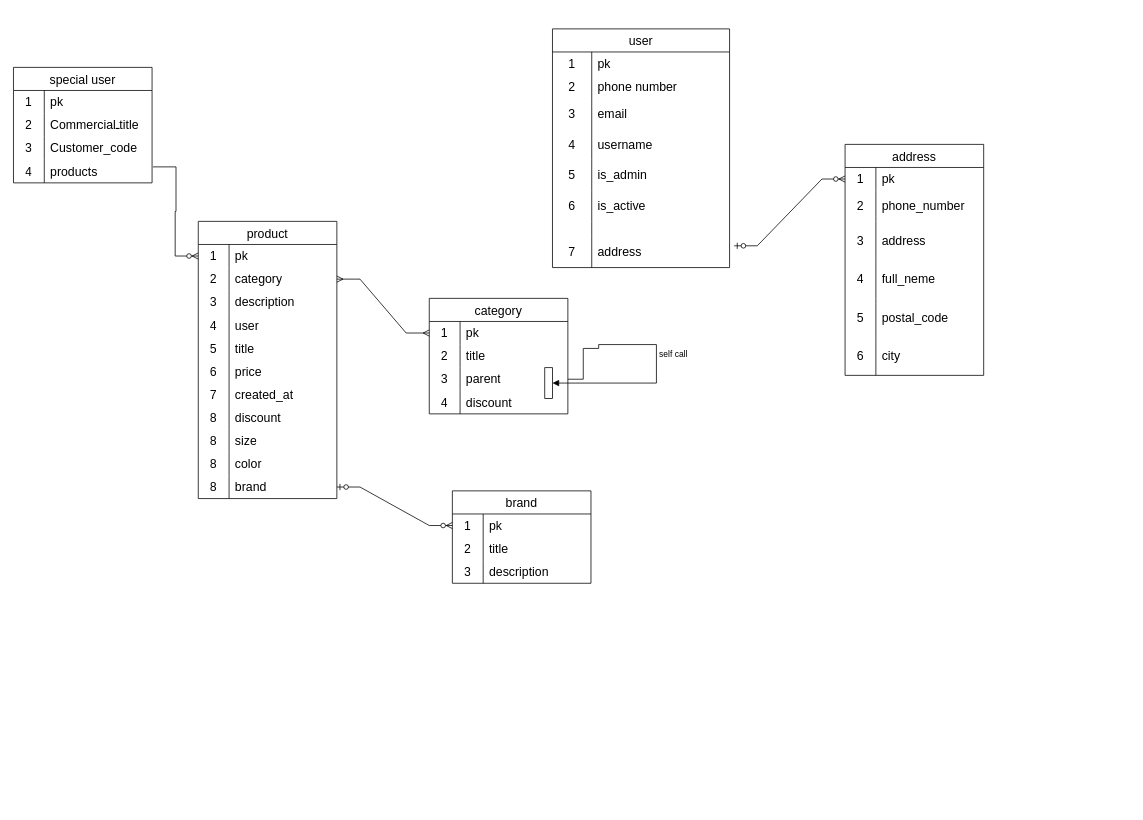
Above: shop.drawio in amir1rj/blog (draw.io), before the change. Source tidied: cells renumbered, new cells numbered last; positions are measured from the earlier drawing's top-left corner, leaving out a move shared by most shapes. Both pictures are drawn from the tidied source at 77%, with x=0, y=0 at pixel (13, 28).
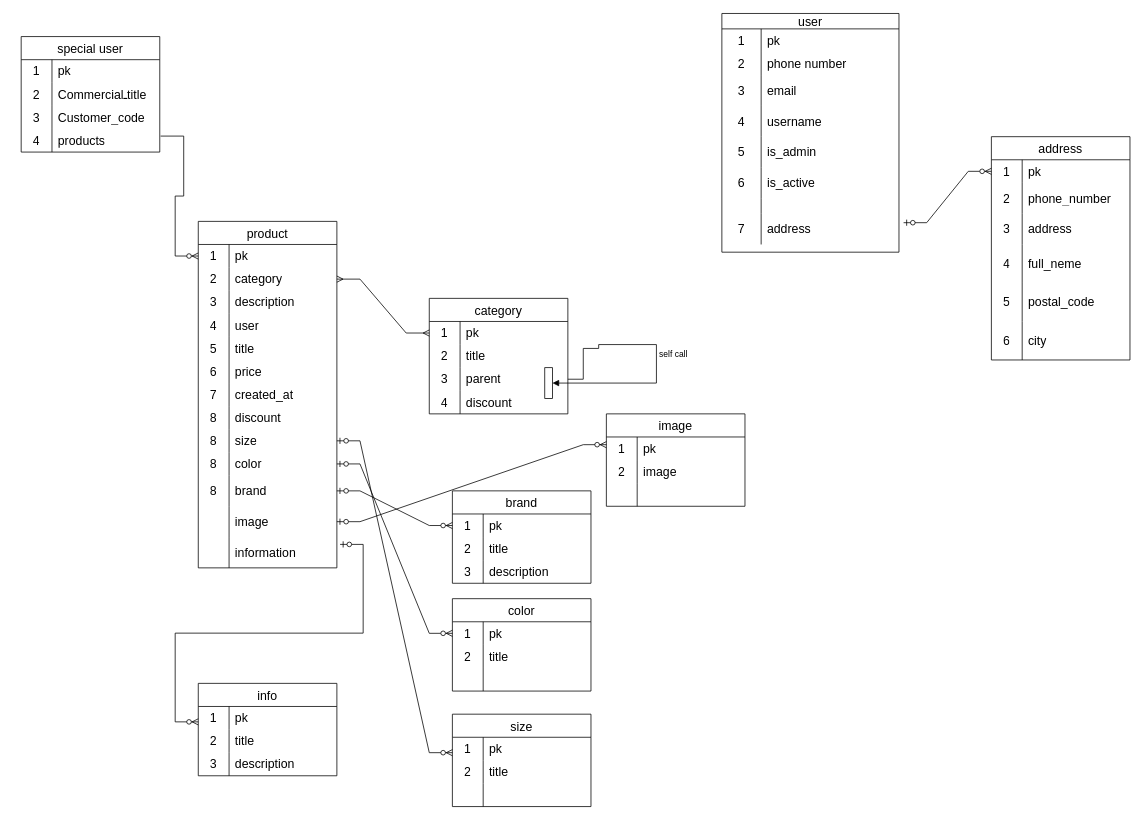
Above is the later version.

Unchanged cells that the change refers to:
```xml
<mxCell id="65" style="shape=tableRow;horizontal=0;startSize=0;swimlaneHead=0;swimlaneBody=0;top=0;left=0;bottom=0;right=0;fillColor=none;points=[[0,0.5],[1,0.5]];portConstraint=eastwest;strokeColor=inherit;fontSize=16;" parent="40" vertex="1">
  <mxGeometry y="270" width="180" height="30" as="geometry" />
</mxCell>
<mxCell id="68" style="shape=tableRow;horizontal=0;startSize=0;swimlaneHead=0;swimlaneBody=0;top=0;left=0;bottom=0;right=0;fillColor=none;points=[[0,0.5],[1,0.5]];portConstraint=eastwest;strokeColor=inherit;fontSize=16;" parent="40" vertex="1">
  <mxGeometry y="300" width="180" height="30" as="geometry" />
</mxCell>
```

What changed in the source:
```diff
@@
-    <mxCell id="2" value="user" style="shape=table;startSize=30;childLayout=tableLayout;rowLines=0;fontStyle=0;strokeColor=default;fontSize=16;" parent="1" vertex="1">
-      <mxGeometry x="700" width="230" height="310" as="geometry" />
+    <mxCell id="2" value="user" style="shape=table;startSize=20;childLayout=tableLayout;rowLines=0;fontStyle=0;strokeColor=default;fontSize=16;" parent="1" vertex="1">
+      <mxGeometry x="920" y="-20" width="230" height="310" as="geometry" />
     </mxCell>
     <mxCell id="3" style="shape=tableRow;horizontal=0;startSize=0;swimlaneHead=0;swimlaneBody=0;top=0;left=0;bottom=0;right=0;fillColor=none;strokeColor=inherit;fontSize=16;" parent="2" vertex="1">
-      <mxGeometry y="30" width="230" height="30" as="geometry" />
+      <mxGeometry y="20" width="230" height="30" as="geometry" />
     </mxCell>
@@
     <mxCell id="6" style="shape=tableRow;horizontal=0;startSize=0;swimlaneHead=0;swimlaneBody=0;top=0;left=0;bottom=0;right=0;fillColor=none;strokeColor=inherit;fontSize=16;" parent="2" vertex="1">
-      <mxGeometry y="60" width="230" height="30" as="geometry" />
+      <mxGeometry y="50" width="230" height="30" as="geometry" />
     </mxCell>
@@
     <mxCell id="9" style="shape=tableRow;horizontal=0;startSize=0;swimlaneHead=0;swimlaneBody=0;top=0;left=0;bottom=0;right=0;fillColor=none;strokeColor=inherit;fontSize=16;" parent="2" vertex="1">
-      <mxGeometry y="90" width="230" height="40" as="geometry" />
+      <mxGeometry y="80" width="230" height="40" as="geometry" />
     </mxCell>
@@
     <mxCell id="12" style="shape=tableRow;horizontal=0;startSize=0;swimlaneHead=0;swimlaneBody=0;top=0;left=0;bottom=0;right=0;fillColor=none;strokeColor=inherit;fontSize=16;" parent="2" vertex="1">
-      <mxGeometry y="130" width="230" height="40" as="geometry" />
+      <mxGeometry y="120" width="230" height="40" as="geometry" />
     </mxCell>
@@
     <mxCell id="15" style="shape=tableRow;horizontal=0;startSize=0;swimlaneHead=0;swimlaneBody=0;top=0;left=0;bottom=0;right=0;fillColor=none;strokeColor=inherit;fontSize=16;" parent="2" vertex="1">
-      <mxGeometry y="170" width="230" height="40" as="geometry" />
+      <mxGeometry y="160" width="230" height="40" as="geometry" />
     </mxCell>
@@
     <mxCell id="18" style="shape=tableRow;horizontal=0;startSize=0;swimlaneHead=0;swimlaneBody=0;top=0;left=0;bottom=0;right=0;fillColor=none;strokeColor=inherit;fontSize=16;" parent="2" vertex="1">
-      <mxGeometry y="210" width="230" height="40" as="geometry" />
+      <mxGeometry y="200" width="230" height="40" as="geometry" />
     </mxCell>
@@
     <mxCell id="21" style="shape=tableRow;horizontal=0;startSize=0;swimlaneHead=0;swimlaneBody=0;top=0;left=0;bottom=0;right=0;fillColor=none;strokeColor=inherit;fontSize=16;" parent="2" vertex="1">
-      <mxGeometry y="250" width="230" height="20" as="geometry" />
+      <mxGeometry y="240" width="230" height="20" as="geometry" />
     </mxCell>
@@
     <mxCell id="24" style="shape=tableRow;horizontal=0;startSize=0;swimlaneHead=0;swimlaneBody=0;top=0;left=0;bottom=0;right=0;fillColor=none;points=[[0,0.5],[1,0.5]];portConstraint=eastwest;strokeColor=inherit;fontSize=16;" parent="2" vertex="1">
-      <mxGeometry y="270" width="230" height="40" as="geometry" />
+      <mxGeometry y="260" width="230" height="40" as="geometry" />
     </mxCell>
@@
     <mxCell id="27" value="special user" style="shape=table;startSize=30;childLayout=tableLayout;rowLines=0;fontStyle=0;strokeColor=default;fontSize=16;" parent="1" vertex="1">
-      <mxGeometry y="50" width="180" height="150" as="geometry" />
+      <mxGeometry x="10" y="10" width="180" height="150" as="geometry" />
     </mxCell>
@@
     <mxCell id="40" value="product" style="shape=table;startSize=30;childLayout=tableLayout;rowLines=0;fontStyle=0;strokeColor=default;fontSize=16;" parent="1" vertex="1">
-      <mxGeometry x="240" y="250" width="180" height="360" as="geometry" />
+      <mxGeometry x="240" y="250" width="180" height="450" as="geometry" />
     </mxCell>
@@
     <mxCell id="71" style="shape=tableRow;horizontal=0;startSize=0;swimlaneHead=0;swimlaneBody=0;top=0;left=0;bottom=0;right=0;fillColor=none;points=[[0,0.5],[1,0.5]];portConstraint=eastwest;strokeColor=inherit;fontSize=16;" parent="40" vertex="1">
-      <mxGeometry y="330" width="180" height="30" as="geometry" />
+      <mxGeometry y="330" width="180" height="40" as="geometry" />
     </mxCell>
     <mxCell id="72" value="8" style="shape=partialRectangle;html=1;whiteSpace=wrap;fillColor=none;top=0;left=0;bottom=0;right=0;overflow=hidden;strokeColor=inherit;fontSize=16;" parent="71" vertex="1">
-      <mxGeometry width="40" height="30" as="geometry" />
+      <mxGeometry width="40" height="40" as="geometry" />
     </mxCell>
     <mxCell id="73" value="brand" style="shape=partialRectangle;html=1;whiteSpace=wrap;fillColor=none;top=0;left=0;bottom=0;right=0;align=left;spacingLeft=6;overflow=hidden;strokeColor=inherit;fontSize=16;" parent="71" vertex="1">
-      <mxGeometry x="40" width="140" height="30" as="geometry" />
+      <mxGeometry x="40" width="140" height="40" as="geometry" />
     </mxCell>
+    <mxCell id="122" style="shape=tableRow;horizontal=0;startSize=0;swimlaneHead=0;swimlaneBody=0;top=0;left=0;bottom=0;right=0;fillColor=none;points=[[0,0.5],[1,0.5]];portConstraint=eastwest;strokeColor=inherit;fontSize=16;" parent="40" vertex="1">
+      <mxGeometry y="370" width="180" height="40" as="geometry" />
+    </mxCell>
+    <mxCell id="123" style="shape=partialRectangle;html=1;whiteSpace=wrap;fillColor=none;top=0;left=0;bottom=0;right=0;overflow=hidden;strokeColor=inherit;fontSize=16;" parent="122" vertex="1">
+      <mxGeometry width="40" height="40" as="geometry" />
+    </mxCell>
+    <mxCell id="124" value="image" style="shape=partialRectangle;html=1;whiteSpace=wrap;fillColor=none;top=0;left=0;bottom=0;right=0;align=left;spacingLeft=6;overflow=hidden;strokeColor=inherit;fontSize=16;" parent="122" vertex="1">
+      <mxGeometry x="40" width="140" height="40" as="geometry" />
+    </mxCell>
+    <mxCell id="125" style="shape=tableRow;horizontal=0;startSize=0;swimlaneHead=0;swimlaneBody=0;top=0;left=0;bottom=0;right=0;fillColor=none;points=[[0,0.5],[1,0.5]];portConstraint=eastwest;strokeColor=inherit;fontSize=16;" parent="40" vertex="1">
+      <mxGeometry y="410" width="180" height="40" as="geometry" />
+    </mxCell>
+    <mxCell id="126" style="shape=partialRectangle;html=1;whiteSpace=wrap;fillColor=none;top=0;left=0;bottom=0;right=0;overflow=hidden;strokeColor=inherit;fontSize=16;" parent="125" vertex="1">
+      <mxGeometry width="40" height="40" as="geometry" />
+    </mxCell>
+    <mxCell id="127" value="information" style="shape=partialRectangle;html=1;whiteSpace=wrap;fillColor=none;top=0;left=0;bottom=0;right=0;align=left;spacingLeft=6;overflow=hidden;strokeColor=inherit;fontSize=16;" parent="125" vertex="1">
+      <mxGeometry x="40" width="140" height="40" as="geometry" />
+    </mxCell>
@@
     <mxCell id="91" value="address" style="shape=table;startSize=30;childLayout=tableLayout;rowLines=0;fontStyle=0;strokeColor=default;fontSize=16;" parent="1" vertex="1">
-      <mxGeometry x="1080" y="150" width="180" height="300" as="geometry" />
+      <mxGeometry x="1270" y="140" width="180" height="290" as="geometry" />
     </mxCell>
@@
     <mxCell id="98" style="shape=tableRow;horizontal=0;startSize=0;swimlaneHead=0;swimlaneBody=0;top=0;left=0;bottom=0;right=0;fillColor=none;strokeColor=inherit;fontSize=16;" parent="91" vertex="1">
-      <mxGeometry y="100" width="180" height="50" as="geometry" />
+      <mxGeometry y="100" width="180" height="40" as="geometry" />
     </mxCell>
     <mxCell id="99" value="3" style="shape=partialRectangle;html=1;whiteSpace=wrap;fillColor=none;top=0;left=0;bottom=0;right=0;overflow=hidden;strokeColor=inherit;fontSize=16;" parent="98" vertex="1">
-      <mxGeometry width="40" height="50" as="geometry" />
+      <mxGeometry width="40" height="40" as="geometry" />
     </mxCell>
     <mxCell id="100" value="address" style="shape=partialRectangle;html=1;whiteSpace=wrap;fillColor=none;top=0;left=0;bottom=0;right=0;align=left;spacingLeft=6;overflow=hidden;strokeColor=inherit;fontSize=16;" parent="98" vertex="1">
-      <mxGeometry x="40" width="140" height="50" as="geometry" />
+      <mxGeometry x="40" width="140" height="40" as="geometry" />
     </mxCell>
     <mxCell id="101" style="shape=tableRow;horizontal=0;startSize=0;swimlaneHead=0;swimlaneBody=0;top=0;left=0;bottom=0;right=0;fillColor=none;strokeColor=inherit;fontSize=16;" parent="91" vertex="1">
-      <mxGeometry y="150" width="180" height="50" as="geometry" />
+      <mxGeometry y="140" width="180" height="50" as="geometry" />
     </mxCell>
@@
     <mxCell id="104" style="shape=tableRow;horizontal=0;startSize=0;swimlaneHead=0;swimlaneBody=0;top=0;left=0;bottom=0;right=0;fillColor=none;strokeColor=inherit;fontSize=16;" parent="91" vertex="1">
-      <mxGeometry y="200" width="180" height="50" as="geometry" />
+      <mxGeometry y="190" width="180" height="50" as="geometry" />
     </mxCell>
@@
     <mxCell id="107" style="shape=tableRow;horizontal=0;startSize=0;swimlaneHead=0;swimlaneBody=0;top=0;left=0;bottom=0;right=0;fillColor=none;strokeColor=inherit;fontSize=16;" parent="91" vertex="1">
-      <mxGeometry y="250" width="180" height="50" as="geometry" />
+      <mxGeometry y="240" width="180" height="50" as="geometry" />
     </mxCell>
@@
+    <mxCell id="128" style="edgeStyle=entityRelationEdgeStyle;fontSize=12;html=1;endArrow=ERzeroToMany;startArrow=ERzeroToOne;rounded=0;exitX=1;exitY=0.5;exitDx=0;exitDy=0;entryX=0;entryY=0.5;entryDx=0;entryDy=0;" parent="1" edge="1" source="68" target="141">
+      <mxGeometry relative="1" as="geometry" />
+    </mxCell>
+    <mxCell id="129" value="size" style="shape=table;startSize=30;childLayout=tableLayout;rowLines=0;fontStyle=0;strokeColor=default;fontSize=16;" parent="1" vertex="1">
+      <mxGeometry x="570" y="890" width="180" height="120" as="geometry" />
+    </mxCell>
+    <mxCell id="130" style="shape=tableRow;horizontal=0;startSize=0;swimlaneHead=0;swimlaneBody=0;top=0;left=0;bottom=0;right=0;fillColor=none;strokeColor=inherit;fontSize=16;" parent="129" vertex="1">
+      <mxGeometry y="30" width="180" height="30" as="geometry" />
+    </mxCell>
+    <mxCell id="131" value="1" style="shape=partialRectangle;html=1;whiteSpace=wrap;fillColor=none;top=0;left=0;bottom=0;right=0;overflow=hidden;strokeColor=inherit;fontSize=16;" parent="130" vertex="1">
+      <mxGeometry width="40" height="30" as="geometry" />
+    </mxCell>
+    <mxCell id="132" value="pk" style="shape=partialRectangle;html=1;whiteSpace=wrap;fillColor=none;top=0;left=0;bottom=0;right=0;align=left;spacingLeft=6;overflow=hidden;strokeColor=inherit;fontSize=16;" parent="130" vertex="1">
+      <mxGeometry x="40" width="140" height="30" as="geometry" />
+    </mxCell>
+    <mxCell id="133" style="shape=tableRow;horizontal=0;startSize=0;swimlaneHead=0;swimlaneBody=0;top=0;left=0;bottom=0;right=0;fillColor=none;strokeColor=inherit;fontSize=16;" parent="129" vertex="1">
+      <mxGeometry y="60" width="180" height="30" as="geometry" />
+    </mxCell>
+    <mxCell id="134" value="2" style="shape=partialRectangle;html=1;whiteSpace=wrap;fillColor=none;top=0;left=0;bottom=0;right=0;overflow=hidden;strokeColor=inherit;fontSize=16;" parent="133" vertex="1">
+      <mxGeometry width="40" height="30" as="geometry" />
+    </mxCell>
+    <mxCell id="135" value="title" style="shape=partialRectangle;html=1;whiteSpace=wrap;fillColor=none;top=0;left=0;bottom=0;right=0;align=left;spacingLeft=6;overflow=hidden;strokeColor=inherit;fontSize=16;" parent="133" vertex="1">
+      <mxGeometry x="40" width="140" height="30" as="geometry" />
+    </mxCell>
+    <mxCell id="136" style="shape=tableRow;horizontal=0;startSize=0;swimlaneHead=0;swimlaneBody=0;top=0;left=0;bottom=0;right=0;fillColor=none;strokeColor=inherit;fontSize=16;" parent="129" vertex="1">
+      <mxGeometry y="90" width="180" height="30" as="geometry" />
+    </mxCell>
+    <mxCell id="137" style="shape=partialRectangle;html=1;whiteSpace=wrap;fillColor=none;top=0;left=0;bottom=0;right=0;overflow=hidden;strokeColor=inherit;fontSize=16;" parent="136" vertex="1">
+      <mxGeometry width="40" height="30" as="geometry" />
+    </mxCell>
+    <mxCell id="138" style="shape=partialRectangle;html=1;whiteSpace=wrap;fillColor=none;top=0;left=0;bottom=0;right=0;align=left;spacingLeft=6;overflow=hidden;strokeColor=inherit;fontSize=16;" parent="136" vertex="1">
+      <mxGeometry x="40" width="140" height="30" as="geometry" />
+    </mxCell>
+    <mxCell id="139" style="edgeStyle=entityRelationEdgeStyle;fontSize=12;html=1;endArrow=ERzeroToMany;startArrow=ERzeroToOne;rounded=0;exitX=1;exitY=0.5;exitDx=0;exitDy=0;" parent="1" edge="1" source="65">
+      <mxGeometry relative="1" as="geometry">
+        <mxPoint x="570" y="940" as="targetPoint" />
+      </mxGeometry>
+    </mxCell>
+    <mxCell id="140" value="color" style="shape=table;startSize=30;childLayout=tableLayout;rowLines=0;fontStyle=0;strokeColor=default;fontSize=16;" parent="1" vertex="1">
+      <mxGeometry x="570" y="740" width="180" height="120" as="geometry" />
+    </mxCell>
+    <mxCell id="141" style="shape=tableRow;horizontal=0;startSize=0;swimlaneHead=0;swimlaneBody=0;top=0;left=0;bottom=0;right=0;fillColor=none;points=[[0,0.5],[1,0.5]];portConstraint=eastwest;strokeColor=inherit;fontSize=16;" parent="140" vertex="1">
+      <mxGeometry y="30" width="180" height="30" as="geometry" />
+    </mxCell>
+    <mxCell id="142" value="1" style="shape=partialRectangle;html=1;whiteSpace=wrap;fillColor=none;top=0;left=0;bottom=0;right=0;overflow=hidden;strokeColor=inherit;fontSize=16;" parent="141" vertex="1">
+      <mxGeometry width="40" height="30" as="geometry" />
+    </mxCell>
+    <mxCell id="143" value="pk" style="shape=partialRectangle;html=1;whiteSpace=wrap;fillColor=none;top=0;left=0;bottom=0;right=0;align=left;spacingLeft=6;overflow=hidden;strokeColor=inherit;fontSize=16;" parent="141" vertex="1">
+      <mxGeometry x="40" width="140" height="30" as="geometry" />
+    </mxCell>
+    <mxCell id="144" style="shape=tableRow;horizontal=0;startSize=0;swimlaneHead=0;swimlaneBody=0;top=0;left=0;bottom=0;right=0;fillColor=none;strokeColor=inherit;fontSize=16;" parent="140" vertex="1">
+      <mxGeometry y="60" width="180" height="30" as="geometry" />
+    </mxCell>
+    <mxCell id="145" value="2" style="shape=partialRectangle;html=1;whiteSpace=wrap;fillColor=none;top=0;left=0;bottom=0;right=0;overflow=hidden;strokeColor=inherit;fontSize=16;" parent="144" vertex="1">
+      <mxGeometry width="40" height="30" as="geometry" />
+    </mxCell>
+    <mxCell id="146" value="title" style="shape=partialRectangle;html=1;whiteSpace=wrap;fillColor=none;top=0;left=0;bottom=0;right=0;align=left;spacingLeft=6;overflow=hidden;strokeColor=inherit;fontSize=16;" parent="144" vertex="1">
+      <mxGeometry x="40" width="140" height="30" as="geometry" />
+    </mxCell>
+    <mxCell id="147" style="shape=tableRow;horizontal=0;startSize=0;swimlaneHead=0;swimlaneBody=0;top=0;left=0;bottom=0;right=0;fillColor=none;strokeColor=inherit;fontSize=16;" parent="140" vertex="1">
+      <mxGeometry y="90" width="180" height="30" as="geometry" />
+    </mxCell>
+    <mxCell id="148" style="shape=partialRectangle;html=1;whiteSpace=wrap;fillColor=none;top=0;left=0;bottom=0;right=0;overflow=hidden;strokeColor=inherit;fontSize=16;" parent="147" vertex="1">
+      <mxGeometry width="40" height="30" as="geometry" />
+    </mxCell>
+    <mxCell id="149" style="shape=partialRectangle;html=1;whiteSpace=wrap;fillColor=none;top=0;left=0;bottom=0;right=0;align=left;spacingLeft=6;overflow=hidden;strokeColor=inherit;fontSize=16;" parent="147" vertex="1">
+      <mxGeometry x="40" width="140" height="30" as="geometry" />
+    </mxCell>
+    <mxCell id="150" style="edgeStyle=entityRelationEdgeStyle;fontSize=12;html=1;endArrow=ERzeroToMany;startArrow=ERzeroToOne;rounded=0;exitX=1;exitY=0.5;exitDx=0;exitDy=0;" parent="1" edge="1" source="122">
+      <mxGeometry relative="1" as="geometry">
+        <mxPoint x="770" y="540" as="targetPoint" />
+        <Array as="points">
+          <mxPoint x="351" y="510" />
+          <mxPoint x="460" y="510" />
+          <mxPoint x="691" y="550" />
+          <mxPoint x="401" y="560" />
+          <mxPoint x="431" y="530" />
+        </Array>
+      </mxGeometry>
+    </mxCell>
+    <mxCell id="151" value="image" style="shape=table;startSize=30;childLayout=tableLayout;rowLines=0;fontStyle=0;strokeColor=default;fontSize=16;" parent="1" vertex="1">
+      <mxGeometry x="770" y="500" width="180" height="120" as="geometry" />
+    </mxCell>
+    <mxCell id="152" style="shape=tableRow;horizontal=0;startSize=0;swimlaneHead=0;swimlaneBody=0;top=0;left=0;bottom=0;right=0;fillColor=none;strokeColor=inherit;fontSize=16;" parent="151" vertex="1">
+      <mxGeometry y="30" width="180" height="30" as="geometry" />
+    </mxCell>
+    <mxCell id="153" value="1" style="shape=partialRectangle;html=1;whiteSpace=wrap;fillColor=none;top=0;left=0;bottom=0;right=0;overflow=hidden;strokeColor=inherit;fontSize=16;" parent="152" vertex="1">
+      <mxGeometry width="40" height="30" as="geometry" />
+    </mxCell>
+    <mxCell id="154" value="pk" style="shape=partialRectangle;html=1;whiteSpace=wrap;fillColor=none;top=0;left=0;bottom=0;right=0;align=left;spacingLeft=6;overflow=hidden;strokeColor=inherit;fontSize=16;" parent="152" vertex="1">
+      <mxGeometry x="40" width="140" height="30" as="geometry" />
+    </mxCell>
+    <mxCell id="155" style="shape=tableRow;horizontal=0;startSize=0;swimlaneHead=0;swimlaneBody=0;top=0;left=0;bottom=0;right=0;fillColor=none;strokeColor=inherit;fontSize=16;" parent="151" vertex="1">
+      <mxGeometry y="60" width="180" height="30" as="geometry" />
+    </mxCell>
+    <mxCell id="156" value="2" style="shape=partialRectangle;html=1;whiteSpace=wrap;fillColor=none;top=0;left=0;bottom=0;right=0;overflow=hidden;strokeColor=inherit;fontSize=16;" parent="155" vertex="1">
+      <mxGeometry width="40" height="30" as="geometry" />
+    </mxCell>
+    <mxCell id="157" value="image" style="shape=partialRectangle;html=1;whiteSpace=wrap;fillColor=none;top=0;left=0;bottom=0;right=0;align=left;spacingLeft=6;overflow=hidden;strokeColor=inherit;fontSize=16;" parent="155" vertex="1">
+      <mxGeometry x="40" width="140" height="30" as="geometry" />
+    </mxCell>
+    <mxCell id="158" style="shape=tableRow;horizontal=0;startSize=0;swimlaneHead=0;swimlaneBody=0;top=0;left=0;bottom=0;right=0;fillColor=none;strokeColor=inherit;fontSize=16;" parent="151" vertex="1">
+      <mxGeometry y="90" width="180" height="30" as="geometry" />
+    </mxCell>
+    <mxCell id="159" style="shape=partialRectangle;html=1;whiteSpace=wrap;fillColor=none;top=0;left=0;bottom=0;right=0;overflow=hidden;strokeColor=inherit;fontSize=16;" parent="158" vertex="1">
+      <mxGeometry width="40" height="30" as="geometry" />
+    </mxCell>
+    <mxCell id="160" style="shape=partialRectangle;html=1;whiteSpace=wrap;fillColor=none;top=0;left=0;bottom=0;right=0;align=left;spacingLeft=6;overflow=hidden;strokeColor=inherit;fontSize=16;" parent="158" vertex="1">
+      <mxGeometry x="40" width="140" height="30" as="geometry" />
+    </mxCell>
+    <mxCell id="161" value="info" style="shape=table;startSize=30;childLayout=tableLayout;rowLines=0;fontStyle=0;strokeColor=default;fontSize=16;" parent="1" vertex="1">
+      <mxGeometry x="240" y="850" width="180" height="120" as="geometry" />
+    </mxCell>
+    <mxCell id="162" style="shape=tableRow;horizontal=0;startSize=0;swimlaneHead=0;swimlaneBody=0;top=0;left=0;bottom=0;right=0;fillColor=none;strokeColor=inherit;fontSize=16;" parent="161" vertex="1">
+      <mxGeometry y="30" width="180" height="30" as="geometry" />
+    </mxCell>
+    <mxCell id="163" value="1" style="shape=partialRectangle;html=1;whiteSpace=wrap;fillColor=none;top=0;left=0;bottom=0;right=0;overflow=hidden;strokeColor=inherit;fontSize=16;" parent="162" vertex="1">
+      <mxGeometry width="40" height="30" as="geometry" />
+    </mxCell>
+    <mxCell id="164" value="pk" style="shape=partialRectangle;html=1;whiteSpace=wrap;fillColor=none;top=0;left=0;bottom=0;right=0;align=left;spacingLeft=6;overflow=hidden;strokeColor=inherit;fontSize=16;" parent="162" vertex="1">
+      <mxGeometry x="40" width="140" height="30" as="geometry" />
+    </mxCell>
+    <mxCell id="165" style="shape=tableRow;horizontal=0;startSize=0;swimlaneHead=0;swimlaneBody=0;top=0;left=0;bottom=0;right=0;fillColor=none;strokeColor=inherit;fontSize=16;" parent="161" vertex="1">
+      <mxGeometry y="60" width="180" height="30" as="geometry" />
+    </mxCell>
+    <mxCell id="166" value="2" style="shape=partialRectangle;html=1;whiteSpace=wrap;fillColor=none;top=0;left=0;bottom=0;right=0;overflow=hidden;strokeColor=inherit;fontSize=16;" parent="165" vertex="1">
+      <mxGeometry width="40" height="30" as="geometry" />
+    </mxCell>
+    <mxCell id="167" value="title" style="shape=partialRectangle;html=1;whiteSpace=wrap;fillColor=none;top=0;left=0;bottom=0;right=0;align=left;spacingLeft=6;overflow=hidden;strokeColor=inherit;fontSize=16;" parent="165" vertex="1">
+      <mxGeometry x="40" width="140" height="30" as="geometry" />
+    </mxCell>
+    <mxCell id="168" style="shape=tableRow;horizontal=0;startSize=0;swimlaneHead=0;swimlaneBody=0;top=0;left=0;bottom=0;right=0;fillColor=none;strokeColor=inherit;fontSize=16;" parent="161" vertex="1">
+      <mxGeometry y="90" width="180" height="30" as="geometry" />
+    </mxCell>
+    <mxCell id="169" value="3" style="shape=partialRectangle;html=1;whiteSpace=wrap;fillColor=none;top=0;left=0;bottom=0;right=0;overflow=hidden;strokeColor=inherit;fontSize=16;" parent="168" vertex="1">
+      <mxGeometry width="40" height="30" as="geometry" />
+    </mxCell>
+    <mxCell id="170" value="description" style="shape=partialRectangle;html=1;whiteSpace=wrap;fillColor=none;top=0;left=0;bottom=0;right=0;align=left;spacingLeft=6;overflow=hidden;strokeColor=inherit;fontSize=16;" parent="168" vertex="1">
+      <mxGeometry x="40" width="140" height="30" as="geometry" />
+    </mxCell>
+    <mxCell id="171" style="edgeStyle=entityRelationEdgeStyle;fontSize=12;html=1;endArrow=ERzeroToMany;startArrow=ERzeroToOne;rounded=0;exitX=1.023;exitY=0.238;exitDx=0;exitDy=0;exitPerimeter=0;" parent="1" edge="1" source="125">
+      <mxGeometry relative="1" as="geometry">
+        <mxPoint x="240" y="900" as="targetPoint" />
+        <Array as="points">
+          <mxPoint x="500" y="770" />
+        </Array>
+      </mxGeometry>
+    </mxCell>
```
